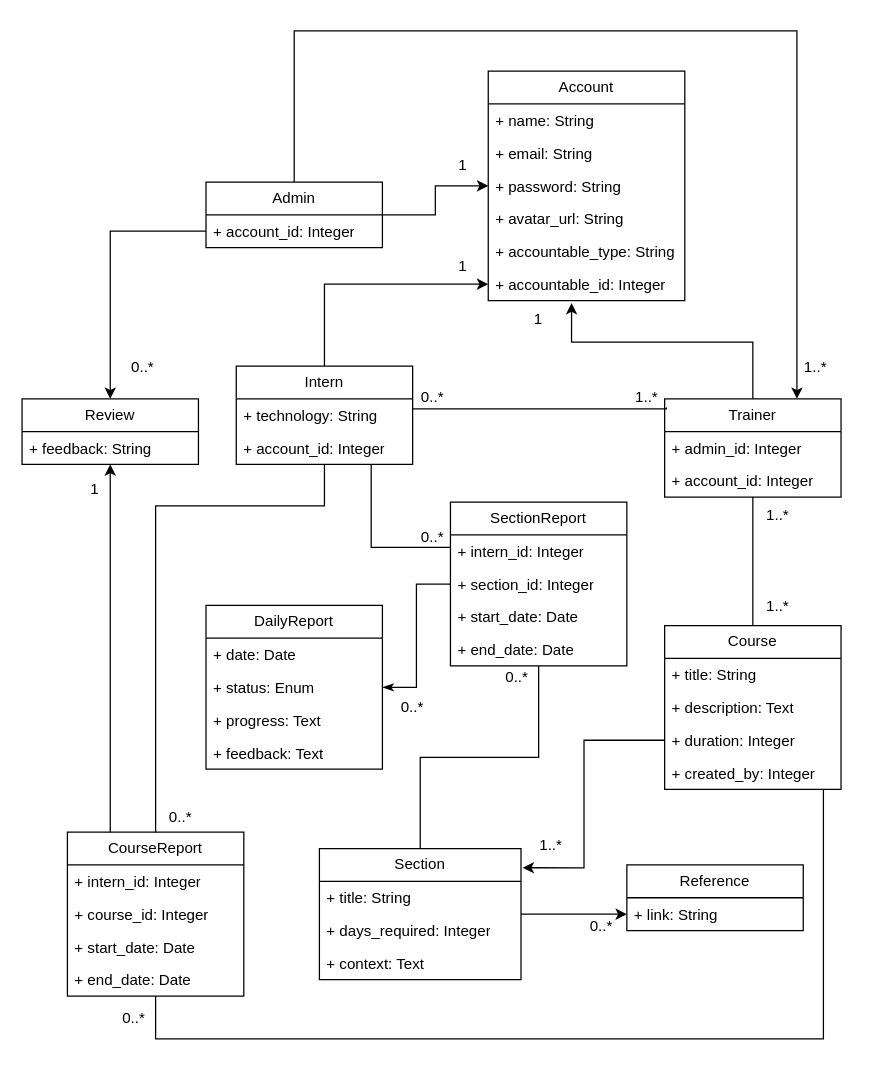
Earlier version of the draw.io diagram Schema Designing/class diagram.drawio (ruby-ist/ruby-practice). Source tidied: cells renumbered, new cells numbered last; positions are measured from the earlier drawing's top-left corner, leaving out a move shared by most shapes. Both pictures are drawn from the tidied source at 126%, with x=0, y=0 at pixel (21, 30).
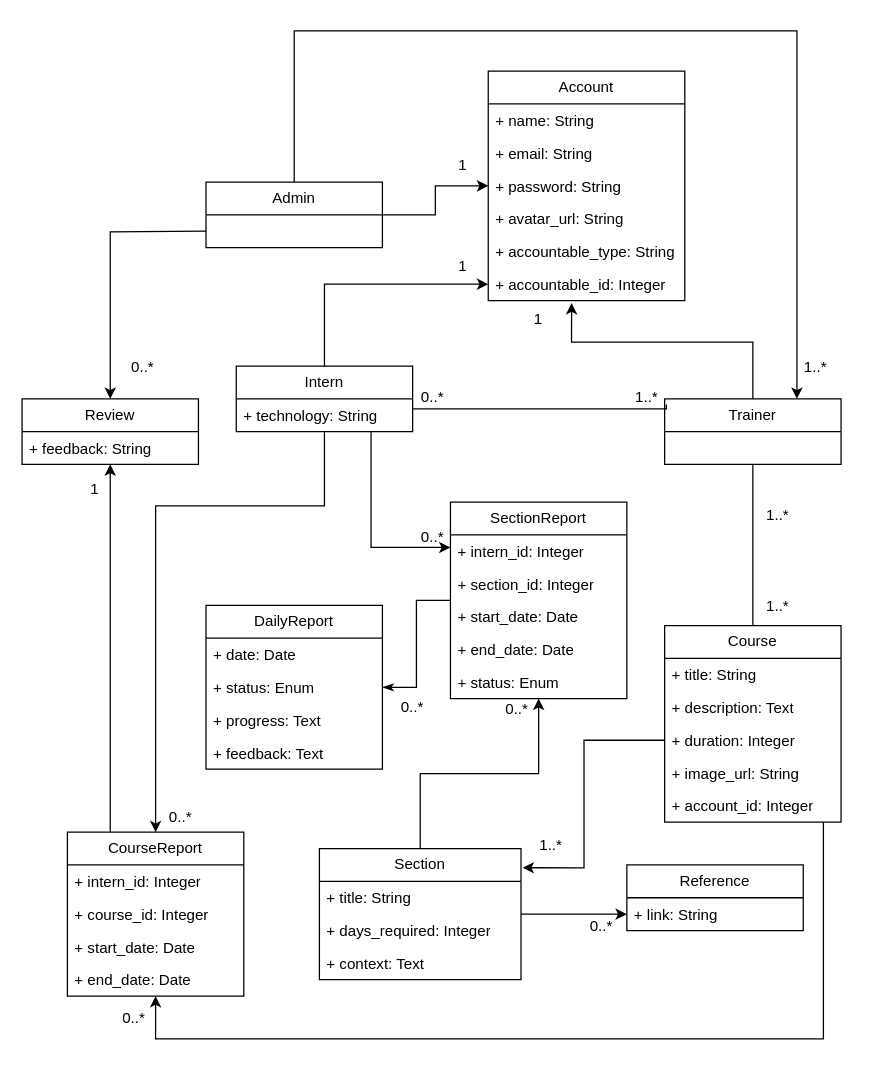
Above is the later version.

Commit message (it also covers changes not shown here):
class diagram corrections

The change refers to these unchanged cells:
```xml
<mxCell id="5" value="+ technology: String" style="text;strokeColor=none;fillColor=none;align=left;verticalAlign=top;spacingLeft=4;spacingRight=4;overflow=hidden;points=[[0,0.5],[1,0.5]];portConstraint=eastwest;whiteSpace=wrap;html=1;" parent="4" vertex="1">
  <mxGeometry y="26" width="140" height="26" as="geometry" />
</mxCell>
<mxCell id="14" value="Section" style="swimlane;fontStyle=0;horizontal=1;startSize=26;fillColor=none;whiteSpace=wrap;html=1;" parent="1" vertex="1">
  <mxGeometry x="236" y="649" width="160" height="104" as="geometry" />
</mxCell>
<mxCell id="32" value="Admin" style="swimlane;fontStyle=0;horizontal=1;startSize=26;fillColor=none;whiteSpace=wrap;html=1;" parent="1" vertex="1">
  <mxGeometry x="146" y="120" width="140" height="52" as="geometry" />
</mxCell>
<mxCell id="35" value="Review" style="swimlane;fontStyle=0;horizontal=1;startSize=26;fillColor=none;whiteSpace=wrap;html=1;" parent="1" vertex="1">
  <mxGeometry y="292" width="140" height="52" as="geometry" />
</mxCell>
<mxCell id="62" value="CourseReport" style="swimlane;fontStyle=0;horizontal=1;startSize=26;fillColor=none;whiteSpace=wrap;html=1;" parent="1" vertex="1">
  <mxGeometry x="36" y="636" width="140" height="130" as="geometry" />
</mxCell>
<mxCell id="66" value="+ end_date: Date" style="text;strokeColor=none;fillColor=none;align=left;verticalAlign=top;spacingLeft=4;spacingRight=4;overflow=hidden;points=[[0,0.5],[1,0.5]];portConstraint=eastwest;whiteSpace=wrap;html=1;" parent="62" vertex="1">
  <mxGeometry y="104" width="140" height="26" as="geometry" />
</mxCell>
```

Diff of the diagram source:
```diff
@@
     <mxCell id="4" value="Intern" style="swimlane;fontStyle=0;horizontal=1;startSize=26;fillColor=none;whiteSpace=wrap;html=1;" parent="1" vertex="1">
-      <mxGeometry x="170" y="266" width="140" height="78" as="geometry" />
+      <mxGeometry x="170" y="266" width="140" height="52" as="geometry" />
     </mxCell>
@@
-    <mxCell id="6" value="+ account_id: Integer" style="text;strokeColor=none;fillColor=none;align=left;verticalAlign=top;spacingLeft=4;spacingRight=4;overflow=hidden;points=[[0,0.5],[1,0.5]];portConstraint=eastwest;whiteSpace=wrap;html=1;" parent="4" vertex="1">
-      <mxGeometry y="52" width="140" height="26" as="geometry" />
-    </mxCell>
@@
     <mxCell id="8" value="Course" style="swimlane;fontStyle=0;horizontal=1;startSize=26;fillColor=none;whiteSpace=wrap;html=1;" parent="1" vertex="1">
-      <mxGeometry x="510" y="472" width="140" height="130" as="geometry" />
+      <mxGeometry x="510" y="472" width="140" height="156" as="geometry" />
     </mxCell>
@@
+    <mxCell id="77" value="+ image_url: String" style="text;strokeColor=none;fillColor=none;align=left;verticalAlign=top;spacingLeft=4;spacingRight=4;overflow=hidden;whiteSpace=wrap;html=1;" parent="8" vertex="1">
+      <mxGeometry y="104" width="140" height="26" as="geometry" />
+    </mxCell>
-    <mxCell id="12" value="+ created_by: Integer" style="text;strokeColor=none;fillColor=none;align=left;verticalAlign=top;spacingLeft=4;spacingRight=4;overflow=hidden;whiteSpace=wrap;html=1;" parent="8" vertex="1">
-      <mxGeometry y="104" width="140" height="26" as="geometry" />
+    <mxCell id="12" value="+ account_id: Integer" style="text;strokeColor=none;fillColor=none;align=left;verticalAlign=top;spacingLeft=4;spacingRight=4;overflow=hidden;whiteSpace=wrap;html=1;" parent="8" vertex="1">
+      <mxGeometry y="130" width="140" height="26" as="geometry" />
     </mxCell>
@@
     <mxCell id="27" value="Trainer" style="swimlane;fontStyle=0;horizontal=1;startSize=26;fillColor=none;whiteSpace=wrap;html=1;" parent="1" vertex="1">
-      <mxGeometry x="510" y="292" width="140" height="78" as="geometry" />
+      <mxGeometry x="510" y="292" width="140" height="52" as="geometry" />
     </mxCell>
-    <mxCell id="28" value="+ admin_id: Integer" style="text;strokeColor=none;fillColor=none;align=left;verticalAlign=top;spacingLeft=4;spacingRight=4;overflow=hidden;whiteSpace=wrap;html=1;" parent="27" vertex="1">
-      <mxGeometry y="26" width="140" height="26" as="geometry" />
-    </mxCell>
-    <mxCell id="29" value="+ account_id: Integer" style="text;strokeColor=none;fillColor=none;align=left;verticalAlign=top;spacingLeft=4;spacingRight=4;overflow=hidden;whiteSpace=wrap;html=1;" parent="27" vertex="1">
-      <mxGeometry y="52" width="140" height="26" as="geometry" />
-    </mxCell>
@@
-    <mxCell id="33" value="+ account_id: Integer" style="text;strokeColor=none;fillColor=none;align=left;verticalAlign=top;spacingLeft=4;spacingRight=4;overflow=hidden;points=[[0,0.5],[1,0.5]];portConstraint=eastwest;whiteSpace=wrap;html=1;" parent="32" vertex="1">
-      <mxGeometry y="26" width="140" height="26" as="geometry" />
-    </mxCell>
@@
-    <mxCell id="53" style="edgeStyle=orthogonalEdgeStyle;rounded=0;jettySize=auto;html=1;entryX=0.5;entryY=0;entryDx=0;entryDy=0;" parent="1" edge="1" source="33" target="35">
-      <mxGeometry relative="1" as="geometry" />
+    <mxCell id="53" style="edgeStyle=orthogonalEdgeStyle;rounded=0;jettySize=auto;html=1;entryX=0.5;entryY=0;entryDx=0;entryDy=0;" parent="1" edge="1" target="35">
+      <mxGeometry relative="1" as="geometry">
+        <mxPoint x="146" y="159" as="sourcePoint" />
+      </mxGeometry>
     </mxCell>
@@
     <mxCell id="57" value="SectionReport" style="swimlane;fontStyle=0;horizontal=1;startSize=26;fillColor=none;whiteSpace=wrap;html=1;" parent="1" vertex="1">
-      <mxGeometry x="340" y="374" width="140" height="130" as="geometry" />
+      <mxGeometry x="340" y="374" width="140" height="156" as="geometry" />
     </mxCell>
@@
+    <mxCell id="78" value="+ status: Enum" style="text;strokeColor=none;fillColor=none;align=left;verticalAlign=top;spacingLeft=4;spacingRight=4;overflow=hidden;whiteSpace=wrap;html=1;" parent="57" vertex="1">
+      <mxGeometry y="130" width="140" height="26" as="geometry" />
+    </mxCell>
@@
-    <mxCell id="67" style="endArrow=none;html=1;rounded=0;exitX=0.765;exitY=0.996;exitDx=0;exitDy=0;exitPerimeter=0;endFill=0;edgeStyle=orthogonalEdgeStyle;" parent="1" edge="1" source="6" target="57">
+    <mxCell id="67" style="endArrow=classic;html=1;rounded=0;endFill=1;edgeStyle=orthogonalEdgeStyle;" parent="1" edge="1" source="5" target="57">
       <mxGeometry relative="1" as="geometry">
         <Array as="points">
           <mxPoint x="277" y="410" />
         </Array>
       </mxGeometry>
     </mxCell>
@@
-    <mxCell id="69" style="endArrow=none;html=1;rounded=0;edgeStyle=orthogonalEdgeStyle;endFill=0;" parent="1" edge="1" source="4" target="62">
+    <mxCell id="69" style="endArrow=classic;html=1;rounded=0;edgeStyle=orthogonalEdgeStyle;endFill=1;" parent="1" edge="1" source="4" target="62">
       <mxGeometry relative="1" as="geometry">
         <Array as="points">
           <mxPoint x="240" y="377" />
           <mxPoint x="106" y="377" />
         </Array>
       </mxGeometry>
     </mxCell>
@@
-    <mxCell id="71" style="endArrow=none;html=1;rounded=0;edgeStyle=orthogonalEdgeStyle;startArrow=none;startFill=0;endFill=0;" parent="1" edge="1" source="14" target="57">
+    <mxCell id="71" style="endArrow=classic;html=1;rounded=0;edgeStyle=orthogonalEdgeStyle;startArrow=none;startFill=0;endFill=1;" parent="1" edge="1" source="14" target="57">
       <mxGeometry relative="1" as="geometry" />
     </mxCell>
@@
-    <mxCell id="73" style="endArrow=none;html=1;rounded=0;edgeStyle=orthogonalEdgeStyle;endFill=0;" parent="1" edge="1" source="8" target="66">
+    <mxCell id="73" style="endArrow=classic;html=1;rounded=0;edgeStyle=orthogonalEdgeStyle;endFill=1;" parent="1" edge="1" source="8" target="66">
       <mxGeometry relative="1" as="geometry">
         <Array as="points">
           <mxPoint x="636" y="800" />
           <mxPoint x="106" y="800" />
         </Array>
       </mxGeometry>
     </mxCell>
```
